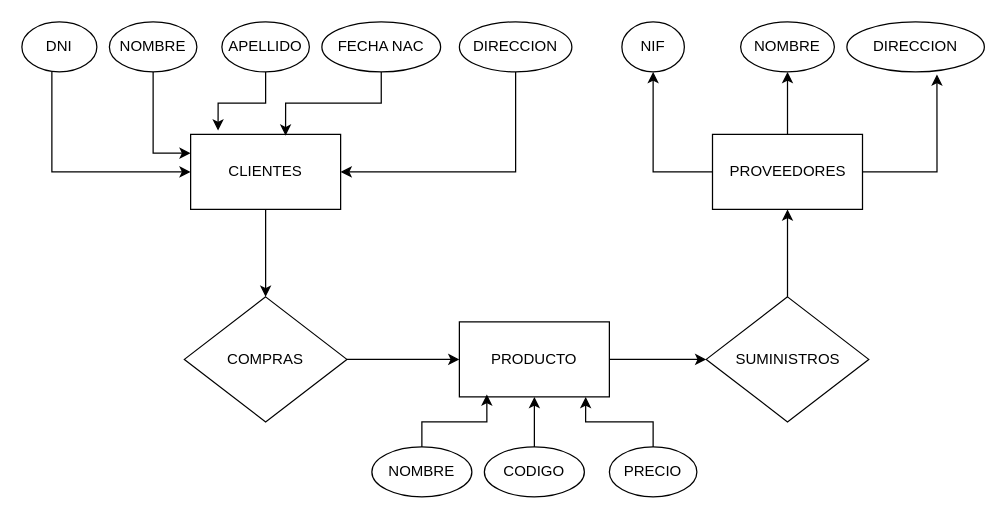
Above: Diagrama sin título.drawio in MaxiFranz/TrayectoP (draw.io), before the change. Source tidied: cells renumbered, new cells numbered last; positions are measured from the earlier drawing's top-left corner, leaving out a move shared by most shapes. Both pictures are drawn from the tidied source at 125%, with x=0, y=0 at pixel (21, 21).
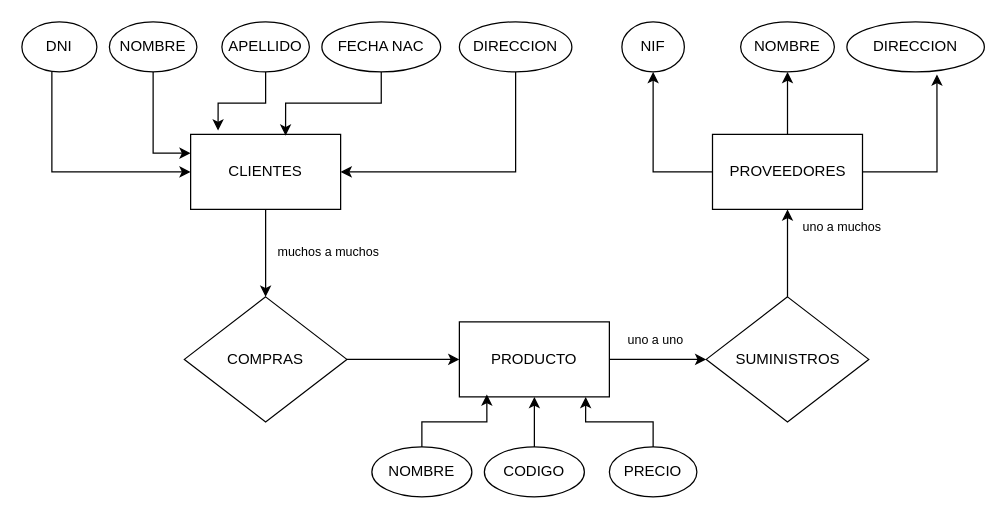
The same page after the edit.

Change to the diagram source:
```diff
@@
+    <mxCell id="33" value="&lt;h1&gt;&lt;font style=&quot;font-size: 10px; font-weight: normal;&quot;&gt;&lt;font style=&quot;&quot;&gt;muchos a much&lt;/font&gt;os&lt;/font&gt;&lt;/h1&gt;" style="text;html=1;strokeColor=none;fillColor=none;spacing=5;spacingTop=-20;whiteSpace=wrap;overflow=hidden;rounded=0;" parent="1" vertex="1">
+      <mxGeometry x="200" y="160" width="110" height="40" as="geometry" />
+    </mxCell>
+    <mxCell id="34" value="&lt;h1&gt;&lt;span style=&quot;font-size: 10px; font-weight: 400;&quot;&gt;uno a uno&lt;/span&gt;&lt;/h1&gt;" style="text;html=1;strokeColor=none;fillColor=none;spacing=5;spacingTop=-20;whiteSpace=wrap;overflow=hidden;rounded=0;" parent="1" vertex="1">
+      <mxGeometry x="480" y="230" width="55" height="40" as="geometry" />
+    </mxCell>
+    <mxCell id="35" value="&lt;h1&gt;&lt;span style=&quot;font-size: 10px; font-weight: 400;&quot;&gt;uno a muchos&lt;/span&gt;&lt;/h1&gt;" style="text;html=1;strokeColor=none;fillColor=none;spacing=5;spacingTop=-20;whiteSpace=wrap;overflow=hidden;rounded=0;" parent="1" vertex="1">
+      <mxGeometry x="620" y="140" width="80" height="40" as="geometry" />
+    </mxCell>
```
